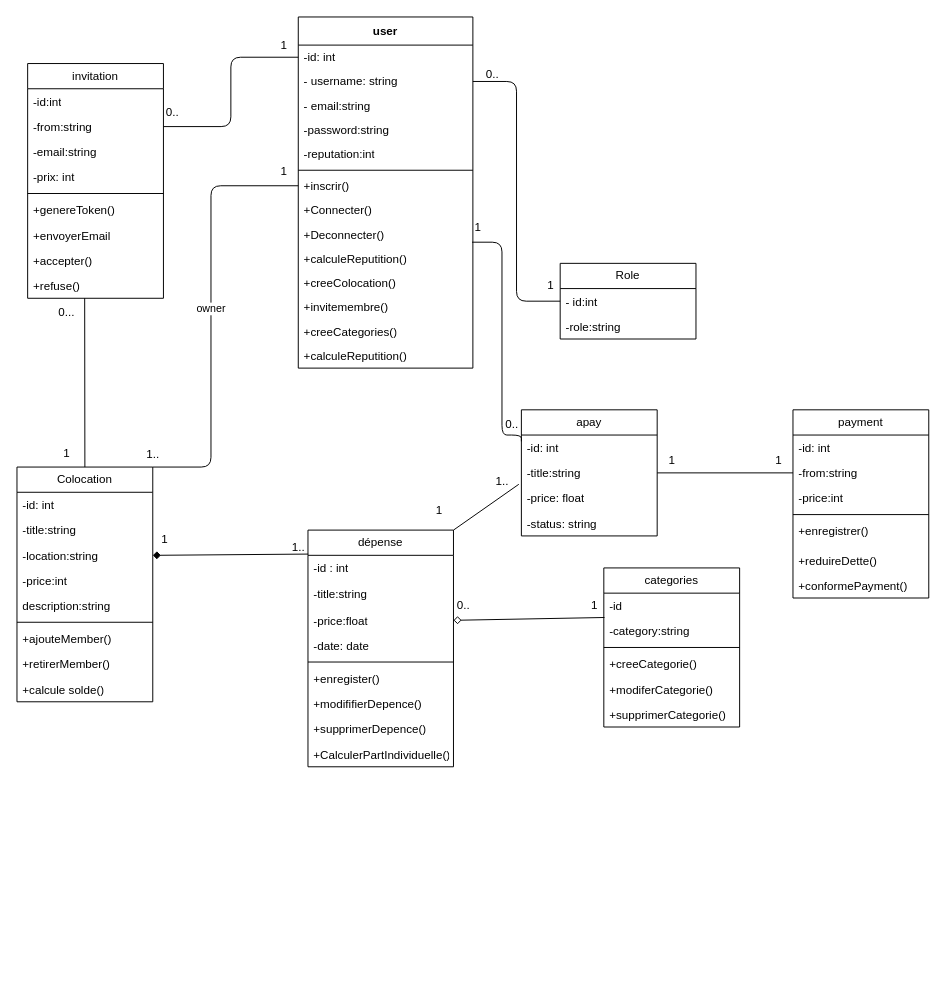
Earlier version of the draw.io diagram digrame/digram-de-class.Drawio (Rajix24/EasyColoc). Source tidied: cells renumbered, new cells numbered last; positions are measured from the earlier drawing's top-left corner, leaving out a move shared by most shapes. Both pictures are drawn from the tidied source at 97%, with x=0, y=0 at pixel (16, 16).
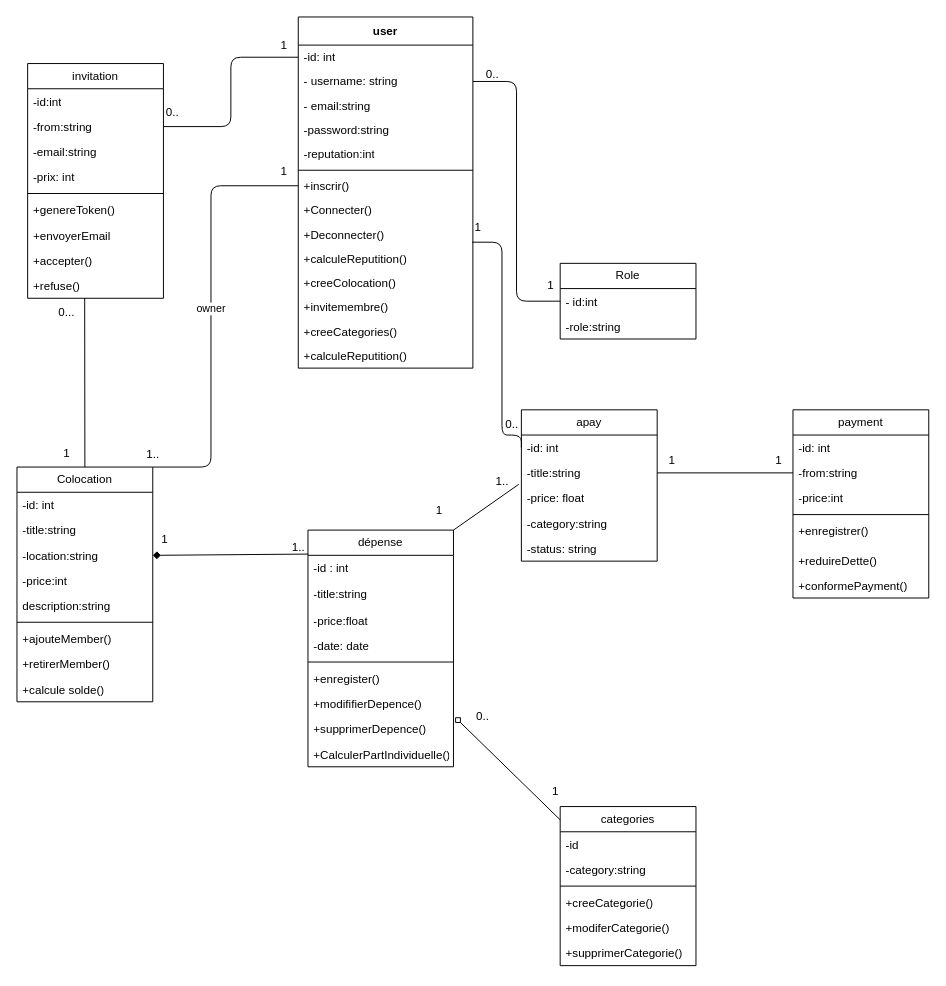
The same page after the edit.

Unchanged cells that the change refers to:
```xml
<mxCell id="44" value="-id" style="text;strokeColor=none;fillColor=none;align=left;verticalAlign=top;spacingLeft=4;spacingRight=4;overflow=hidden;points=[[0,0.5],[1,0.5]];portConstraint=eastwest;whiteSpace=wrap;html=1;" parent="43" vertex="1">
  <mxGeometry y="26" width="140" height="26" as="geometry" />
</mxCell>
<mxCell id="53" value="-price:float" style="text;strokeColor=none;fillColor=none;align=left;verticalAlign=top;spacingLeft=4;spacingRight=4;overflow=hidden;points=[[0,0.5],[1,0.5]];portConstraint=eastwest;whiteSpace=wrap;html=1;" parent="50" vertex="1">
  <mxGeometry y="80" width="150" height="26" as="geometry" />
</mxCell>
<mxCell id="58" value="+supprimerDepence()" style="text;strokeColor=none;fillColor=none;align=left;verticalAlign=top;spacingLeft=4;spacingRight=4;overflow=hidden;points=[[0,0.5],[1,0.5]];portConstraint=eastwest;whiteSpace=wrap;html=1;" parent="50" vertex="1">
  <mxGeometry y="192" width="150" height="26" as="geometry" />
</mxCell>
```

Change to the diagram source:
```diff
@@
     <mxCell id="43" value="categories" style="swimlane;fontStyle=0;horizontal=1;startSize=26;fillColor=none;whiteSpace=wrap;html=1;" parent="1" vertex="1">
-      <mxGeometry x="605" y="568" width="140" height="164" as="geometry" />
+      <mxGeometry x="560" y="814" width="140" height="164" as="geometry" />
     </mxCell>
@@
-    <mxCell id="61" style="edgeStyle=none;html=1;exitX=1;exitY=0.5;exitDx=0;exitDy=0;entryX=0.005;entryY=0.965;entryDx=0;entryDy=0;entryPerimeter=0;endArrow=none;endFill=0;startArrow=diamond;startFill=0;" parent="1" edge="1" source="53" target="44">
+    <mxCell id="61" style="edgeStyle=none;html=1;endArrow=none;endFill=0;startArrow=diamond;startFill=0;exitX=1.011;exitY=0.036;exitDx=0;exitDy=0;exitPerimeter=0;" parent="1" edge="1" source="58" target="43">
       <mxGeometry relative="1" as="geometry" />
     </mxCell>
@@
     <mxCell id="70" value="1" style="text;html=1;align=center;verticalAlign=middle;strokeColor=none;fillColor=none;" parent="1" vertex="1">
-      <mxGeometry x="580" y="592" width="30" height="30" as="geometry" />
+      <mxGeometry x="540" y="784" width="30" height="30" as="geometry" />
     </mxCell>
     <mxCell id="71" value="0.." style="text;html=1;align=center;verticalAlign=middle;strokeColor=none;fillColor=none;" parent="1" vertex="1">
-      <mxGeometry x="440" y="592" width="40" height="30" as="geometry" />
+      <mxGeometry x="460" y="706" width="40" height="30" as="geometry" />
     </mxCell>
@@
     <mxCell id="80" value="apay" style="swimlane;fontStyle=0;horizontal=1;startSize=26;fillColor=none;whiteSpace=wrap;html=1;" parent="1" vertex="1">
-      <mxGeometry x="520" y="405" width="140" height="130" as="geometry" />
+      <mxGeometry x="520" y="405" width="140" height="156" as="geometry" />
     </mxCell>
@@
+    <mxCell id="99" value="-category:string" style="text;strokeColor=none;fillColor=none;align=left;verticalAlign=top;spacingLeft=4;spacingRight=4;overflow=hidden;whiteSpace=wrap;html=1;" parent="80" vertex="1">
+      <mxGeometry y="104" width="140" height="26" as="geometry" />
+    </mxCell>
     <mxCell id="84" value="-status: string" style="text;strokeColor=none;fillColor=none;align=left;verticalAlign=top;spacingLeft=4;spacingRight=4;overflow=hidden;whiteSpace=wrap;html=1;" parent="80" vertex="1">
-      <mxGeometry y="104" width="140" height="26" as="geometry" />
+      <mxGeometry y="130" width="140" height="26" as="geometry" />
     </mxCell>
```
